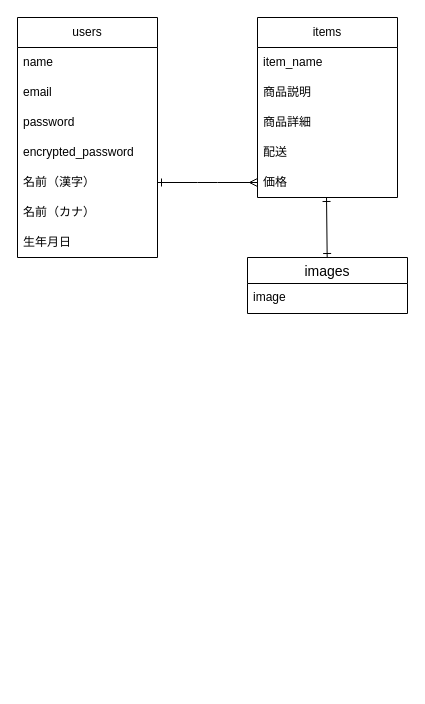
Earlier version of the draw.io diagram er.dio (aki123a/furima-41658). Source tidied: cells renumbered, new cells numbered last; positions are measured from the earlier drawing's top-left corner, leaving out a move shared by most shapes. Both pictures are drawn from the tidied source at 100%, with x=0, y=0 at pixel (17, 17).
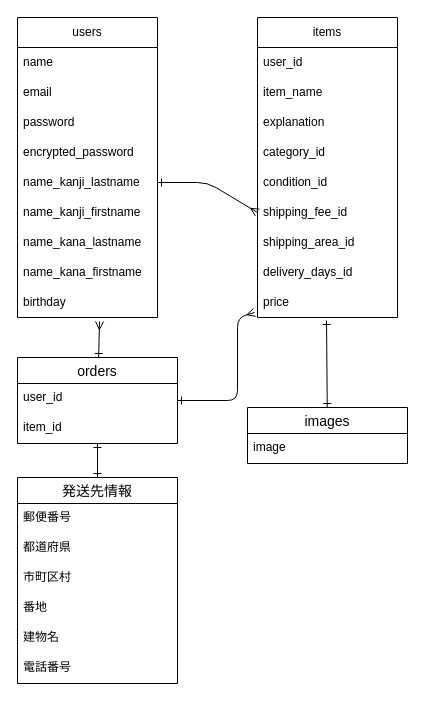
The same page after the edit.

Diff of the diagram source:
```diff
@@
     <mxCell id="2" value="users" style="swimlane;fontStyle=0;horizontal=1;startSize=30;whiteSpace=wrap;html=1;" parent="1" vertex="1">
-      <mxGeometry width="140" height="240" as="geometry" />
+      <mxGeometry width="140" height="300" as="geometry" />
     </mxCell>
@@
-    <mxCell id="7" value="名前（漢字）" style="text;strokeColor=none;fillColor=none;align=left;verticalAlign=middle;spacingLeft=4;spacingRight=4;overflow=hidden;points=[[0,0.5],[1,0.5]];portConstraint=eastwest;whiteSpace=wrap;html=1;" parent="2" vertex="1">
-      <mxGeometry y="150" width="140" height="30" as="geometry" />
-    </mxCell>
+    <mxCell id="20" value="name_kanji_lastname" style="text;strokeColor=none;fillColor=none;align=left;verticalAlign=middle;spacingLeft=4;spacingRight=4;overflow=hidden;whiteSpace=wrap;html=1;" parent="2" vertex="1">
+      <mxGeometry y="150" width="140" height="30" as="geometry" />
+    </mxCell>
-    <mxCell id="8" value="名前（カナ）" style="text;strokeColor=none;fillColor=none;align=left;verticalAlign=middle;spacingLeft=4;spacingRight=4;overflow=hidden;whiteSpace=wrap;html=1;" parent="2" vertex="1">
+    <mxCell id="8" value="name_kanji_firstname" style="text;strokeColor=none;fillColor=none;align=left;verticalAlign=middle;spacingLeft=4;spacingRight=4;overflow=hidden;whiteSpace=wrap;html=1;" parent="2" vertex="1">
       <mxGeometry y="180" width="140" height="30" as="geometry" />
     </mxCell>
+    <mxCell id="21" value="name_kana_lastname" style="text;strokeColor=none;fillColor=none;align=left;verticalAlign=middle;spacingLeft=4;spacingRight=4;overflow=hidden;whiteSpace=wrap;html=1;" parent="2" vertex="1">
+      <mxGeometry y="210" width="140" height="30" as="geometry" />
+    </mxCell>
+    <mxCell id="22" value="name_kana_firstname" style="text;strokeColor=none;fillColor=none;align=left;verticalAlign=middle;spacingLeft=4;spacingRight=4;overflow=hidden;whiteSpace=wrap;html=1;" parent="2" vertex="1">
+      <mxGeometry y="240" width="140" height="30" as="geometry" />
+    </mxCell>
-    <mxCell id="9" value="生年月日" style="text;strokeColor=none;fillColor=none;align=left;verticalAlign=middle;spacingLeft=4;spacingRight=4;overflow=hidden;points=[[0,0.5],[1,0.5]];portConstraint=eastwest;whiteSpace=wrap;html=1;" parent="2" vertex="1">
-      <mxGeometry y="210" width="140" height="30" as="geometry" />
+    <mxCell id="9" value="birthday" style="text;strokeColor=none;fillColor=none;align=left;verticalAlign=middle;spacingLeft=4;spacingRight=4;overflow=hidden;points=[[0,0.5],[1,0.5]];portConstraint=eastwest;whiteSpace=wrap;html=1;" parent="2" vertex="1">
+      <mxGeometry y="270" width="140" height="30" as="geometry" />
     </mxCell>
     <mxCell id="10" value="items" style="swimlane;fontStyle=0;horizontal=1;startSize=30;whiteSpace=wrap;html=1;" parent="1" vertex="1">
-      <mxGeometry x="240" width="140" height="180" as="geometry" />
+      <mxGeometry x="240" width="140" height="300" as="geometry" />
     </mxCell>
+    <mxCell id="23" value="user_id" style="text;strokeColor=none;fillColor=none;align=left;verticalAlign=middle;spacingLeft=4;spacingRight=4;overflow=hidden;whiteSpace=wrap;html=1;" parent="10" vertex="1">
+      <mxGeometry y="30" width="140" height="30" as="geometry" />
+    </mxCell>
     <mxCell id="11" value="item_name" style="text;strokeColor=none;fillColor=none;align=left;verticalAlign=middle;spacingLeft=4;spacingRight=4;overflow=hidden;whiteSpace=wrap;html=1;" parent="10" vertex="1">
-      <mxGeometry y="30" width="140" height="30" as="geometry" />
+      <mxGeometry y="60" width="140" height="30" as="geometry" />
     </mxCell>
-    <mxCell id="12" value="商品説明" style="text;strokeColor=none;fillColor=none;align=left;verticalAlign=middle;spacingLeft=4;spacingRight=4;overflow=hidden;whiteSpace=wrap;html=1;" parent="10" vertex="1">
-      <mxGeometry y="60" width="140" height="30" as="geometry" />
+    <mxCell id="12" value="explanation" style="text;strokeColor=none;fillColor=none;align=left;verticalAlign=middle;spacingLeft=4;spacingRight=4;overflow=hidden;whiteSpace=wrap;html=1;" parent="10" vertex="1">
+      <mxGeometry y="90" width="140" height="30" as="geometry" />
     </mxCell>
-    <mxCell id="13" value="商品詳細" style="text;strokeColor=none;fillColor=none;align=left;verticalAlign=middle;spacingLeft=4;spacingRight=4;overflow=hidden;whiteSpace=wrap;html=1;" parent="10" vertex="1">
-      <mxGeometry y="90" width="140" height="30" as="geometry" />
+    <mxCell id="13" value="category_id" style="text;strokeColor=none;fillColor=none;align=left;verticalAlign=middle;spacingLeft=4;spacingRight=4;overflow=hidden;whiteSpace=wrap;html=1;" parent="10" vertex="1">
+      <mxGeometry y="120" width="140" height="30" as="geometry" />
     </mxCell>
-    <mxCell id="14" value="配送" style="text;strokeColor=none;fillColor=none;align=left;verticalAlign=middle;spacingLeft=4;spacingRight=4;overflow=hidden;whiteSpace=wrap;html=1;" parent="10" vertex="1">
-      <mxGeometry y="120" width="140" height="30" as="geometry" />
+    <mxCell id="14" value="condition_id" style="text;strokeColor=none;fillColor=none;align=left;verticalAlign=middle;spacingLeft=4;spacingRight=4;overflow=hidden;whiteSpace=wrap;html=1;" parent="10" vertex="1">
+      <mxGeometry y="150" width="140" height="30" as="geometry" />
     </mxCell>
-    <mxCell id="15" value="価格" style="text;strokeColor=none;fillColor=none;align=left;verticalAlign=middle;spacingLeft=4;spacingRight=4;overflow=hidden;points=[[0,0.5],[1,0.5]];portConstraint=eastwest;whiteSpace=wrap;html=1;" parent="10" vertex="1">
-      <mxGeometry y="150" width="140" height="30" as="geometry" />
+    <mxCell id="15" value="shipping_fee_id" style="text;strokeColor=none;fillColor=none;align=left;verticalAlign=middle;spacingLeft=4;spacingRight=4;overflow=hidden;points=[[0,0.5],[1,0.5]];portConstraint=eastwest;whiteSpace=wrap;html=1;" parent="10" vertex="1">
+      <mxGeometry y="180" width="140" height="30" as="geometry" />
     </mxCell>
+    <mxCell id="24" value="shipping_area_id" style="text;strokeColor=none;fillColor=none;align=left;verticalAlign=middle;spacingLeft=4;spacingRight=4;overflow=hidden;whiteSpace=wrap;html=1;" parent="10" vertex="1">
+      <mxGeometry y="210" width="140" height="30" as="geometry" />
+    </mxCell>
+    <mxCell id="25" value="delivery_days_id" style="text;strokeColor=none;fillColor=none;align=left;verticalAlign=middle;spacingLeft=4;spacingRight=4;overflow=hidden;whiteSpace=wrap;html=1;" parent="10" vertex="1">
+      <mxGeometry y="240" width="140" height="30" as="geometry" />
+    </mxCell>
+    <mxCell id="26" value="price" style="text;strokeColor=none;fillColor=none;align=left;verticalAlign=middle;spacingLeft=4;spacingRight=4;overflow=hidden;points=[[0,0.5],[1,0.5]];portConstraint=eastwest;whiteSpace=wrap;html=1;" parent="10" vertex="1">
+      <mxGeometry y="270" width="140" height="30" as="geometry" />
+    </mxCell>
-    <mxCell id="16" style="edgeStyle=none;html=1;entryX=0;entryY=0.5;entryDx=0;entryDy=0;startArrow=ERone;startFill=0;endArrow=ERmany;endFill=0;" parent="1" edge="1" source="7" target="15">
+    <mxCell id="16" style="edgeStyle=none;html=1;entryX=0;entryY=0.5;entryDx=0;entryDy=0;startArrow=ERone;startFill=0;endArrow=ERmany;endFill=0;" parent="1" edge="1" target="15">
       <mxGeometry relative="1" as="geometry">
+        <mxPoint x="140" y="165" as="sourcePoint" />
         <Array as="points">
           <mxPoint x="190" y="165" />
         </Array>
       </mxGeometry>
     </mxCell>
-    <mxCell id="17" style="edgeStyle=none;html=1;entryX=0.493;entryY=1;entryDx=0;entryDy=0;entryPerimeter=0;endArrow=ERone;endFill=0;startArrow=ERone;startFill=0;" parent="1" edge="1" source="18" target="15">
+    <mxCell id="17" style="edgeStyle=none;html=1;entryX=0.493;entryY=1.1;entryDx=0;entryDy=0;entryPerimeter=0;endArrow=ERone;endFill=0;startArrow=ERone;startFill=0;" parent="1" edge="1" source="18" target="26">
       <mxGeometry relative="1" as="geometry" />
     </mxCell>
     <mxCell id="18" value="images" style="swimlane;fontStyle=0;horizontal=1;startSize=26;align=center;fontSize=14;" parent="1" vertex="1">
-      <mxGeometry x="230" y="240" width="160" height="56" as="geometry" />
+      <mxGeometry x="230" y="390" width="160" height="56" as="geometry" />
     </mxCell>
@@
+    <mxCell id="27" style="edgeStyle=none;html=1;entryX=0.586;entryY=1.133;entryDx=0;entryDy=0;entryPerimeter=0;startArrow=ERone;startFill=0;endArrow=ERmany;endFill=0;" parent="1" edge="1" source="29" target="9">
+      <mxGeometry relative="1" as="geometry" />
+    </mxCell>
+    <mxCell id="28" style="edgeStyle=none;html=1;startArrow=ERone;startFill=0;endArrow=ERmany;endFill=0;entryX=-0.021;entryY=0.833;entryDx=0;entryDy=0;entryPerimeter=0;" parent="1" edge="1" source="29" target="26">
+      <mxGeometry relative="1" as="geometry">
+        <Array as="points">
+          <mxPoint x="220" y="383" />
+          <mxPoint x="220" y="300" />
+        </Array>
+      </mxGeometry>
+    </mxCell>
+    <mxCell id="29" value="orders" style="swimlane;fontStyle=0;horizontal=1;startSize=26;align=center;fontSize=14;" parent="1" vertex="1">
+      <mxGeometry y="340" width="160" height="86" as="geometry" />
+    </mxCell>
+    <mxCell id="30" value="user_id" style="text;strokeColor=none;fillColor=none;spacingLeft=4;spacingRight=4;overflow=hidden;fontSize=12;" parent="29" vertex="1">
+      <mxGeometry y="26" width="160" height="30" as="geometry" />
+    </mxCell>
+    <mxCell id="31" value="item_id" style="text;strokeColor=none;fillColor=none;spacingLeft=4;spacingRight=4;overflow=hidden;points=[[0,0.5],[1,0.5]];portConstraint=eastwest;fontSize=12;" parent="29" vertex="1">
+      <mxGeometry y="56" width="160" height="30" as="geometry" />
+    </mxCell>
+    <mxCell id="32" style="edgeStyle=none;html=1;startArrow=ERone;startFill=0;endArrow=ERone;endFill=0;" parent="1" edge="1" source="34">
+      <mxGeometry relative="1" as="geometry" />
+    </mxCell>
+    <mxCell id="33" style="edgeStyle=none;html=1;startArrow=ERone;startFill=0;endArrow=ERone;endFill=0;" parent="1" edge="1" source="34" target="31">
+      <mxGeometry relative="1" as="geometry" />
+    </mxCell>
+    <mxCell id="34" value="発送先情報" style="swimlane;fontStyle=0;horizontal=1;startSize=26;align=center;fontSize=14;" parent="1" vertex="1">
+      <mxGeometry y="460" width="160" height="206" as="geometry" />
+    </mxCell>
+    <mxCell id="35" value="郵便番号" style="text;strokeColor=none;fillColor=none;spacingLeft=4;spacingRight=4;overflow=hidden;fontSize=12;" parent="34" vertex="1">
+      <mxGeometry y="26" width="160" height="30" as="geometry" />
+    </mxCell>
+    <mxCell id="36" value="都道府県" style="text;strokeColor=none;fillColor=none;spacingLeft=4;spacingRight=4;overflow=hidden;fontSize=12;" parent="34" vertex="1">
+      <mxGeometry y="56" width="160" height="30" as="geometry" />
+    </mxCell>
+    <mxCell id="37" value="市町区村" style="text;strokeColor=none;fillColor=none;spacingLeft=4;spacingRight=4;overflow=hidden;fontSize=12;" parent="34" vertex="1">
+      <mxGeometry y="86" width="160" height="30" as="geometry" />
+    </mxCell>
+    <mxCell id="38" value="番地" style="text;strokeColor=none;fillColor=none;spacingLeft=4;spacingRight=4;overflow=hidden;fontSize=12;" parent="34" vertex="1">
+      <mxGeometry y="116" width="160" height="30" as="geometry" />
+    </mxCell>
+    <mxCell id="39" value="建物名" style="text;strokeColor=none;fillColor=none;spacingLeft=4;spacingRight=4;overflow=hidden;fontSize=12;" parent="34" vertex="1">
+      <mxGeometry y="146" width="160" height="30" as="geometry" />
+    </mxCell>
+    <mxCell id="40" value="電話番号" style="text;strokeColor=none;fillColor=none;spacingLeft=4;spacingRight=4;overflow=hidden;fontSize=12;" parent="34" vertex="1">
+      <mxGeometry y="176" width="160" height="30" as="geometry" />
+    </mxCell>
```
